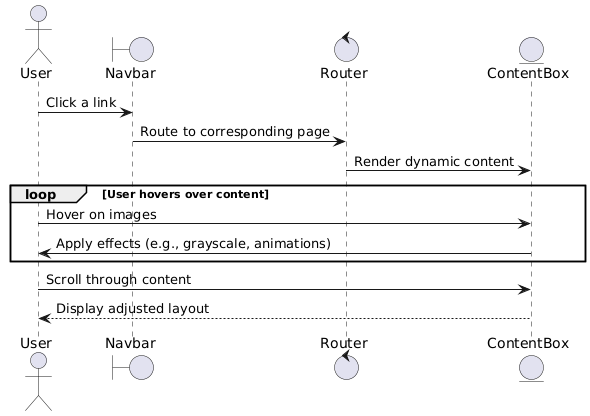
Before: docs/sequence-diagram.png, a diagram exported from PlantUML (IMSET-Sousse/ShadowSlave). The source it was exported from:
```plantuml
@startuml
actor User
boundary Navbar
control Router
entity ContentBox

User -> Navbar: Click a link
Navbar -> Router: Route to corresponding page
Router -> ContentBox: Render dynamic content

loop User hovers over content
    User -> ContentBox: Hover on images
    ContentBox -> User: Apply effects (e.g., grayscale, animations)
end

User -> ContentBox: Scroll through content
ContentBox --> User: Display adjusted layout
@enduml
```
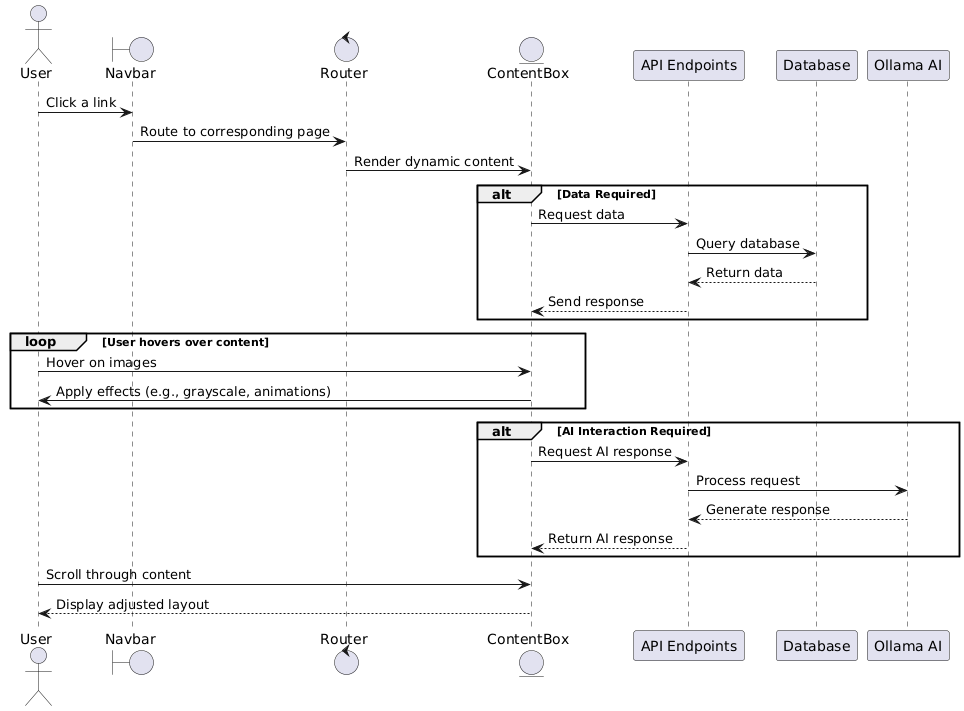
Above is the later version.

Change to the diagram source:
```diff
@@ -3,16 +3,33 @@
 boundary Navbar
 control Router
 entity ContentBox
+participant "API Endpoints" as API
+participant "Database" as DB
+participant "Ollama AI" as AI
 
 User -> Navbar: Click a link
 Navbar -> Router: Route to corresponding page
 Router -> ContentBox: Render dynamic content
+
+alt Data Required
+    ContentBox -> API: Request data
+    API -> DB: Query database
+    DB --> API: Return data
+    API --> ContentBox: Send response
+end
 
 loop User hovers over content
     User -> ContentBox: Hover on images
     ContentBox -> User: Apply effects (e.g., grayscale, animations)
 end
 
+alt AI Interaction Required
+    ContentBox -> API: Request AI response
+    API -> AI: Process request
+    AI --> API: Generate response
+    API --> ContentBox: Return AI response
+end
+
 User -> ContentBox: Scroll through content
 ContentBox --> User: Display adjusted layout
 @enduml
```
